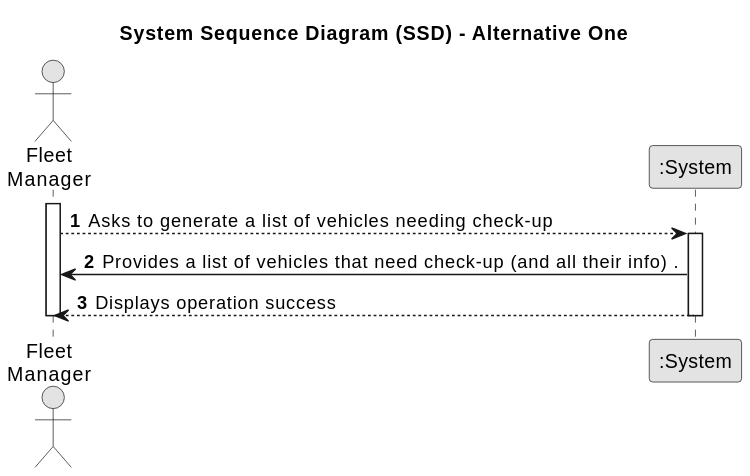
This is docs/sprintB/us011/01.requirements-engineering/svg/us011-system-sequence-diagram-alternative-one-System_Sequence_Diagram__SSD____Alternative_One.svg from SAEmanuel/Green_Spaces_Management_ISEP, a PlantUML export, as it was before one commit. Its diagram source:
```plantuml
@startuml
skinparam monochrome true
skinparam packageStyle rectangle
skinparam shadowing false

title System Sequence Diagram (SSD) - Alternative One

autonumber

actor "Fleet\nManager" as FM
participant ":System" as System


        activate FM

        FM --> System: Asks to generate a list of vehicles needing check-up
        activate System

        System -> FM : Provides a list of vehicles that need check-up (and all their info) .

        System --> FM : Displays operation success
        deactivate System
        deactivate FM
@enduml
```
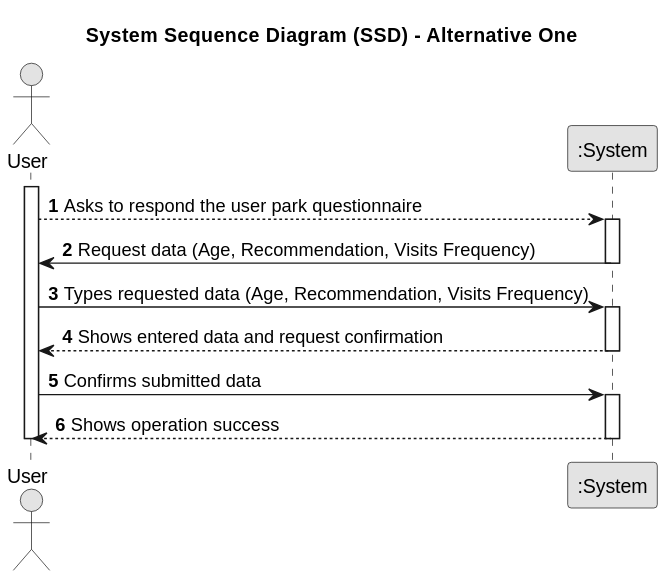
Later version of the same file.

Change to the diagram source:
```diff
@@ -7,18 +7,27 @@
 
 autonumber
 
-actor "Fleet\nManager" as FM
+actor "User" as User
 participant ":System" as System
 
+        activate User
 
-        activate FM
-
-        FM --> System: Asks to generate a list of vehicles needing check-up
+        User --> System: Asks to respond the user park questionnaire
         activate System
 
-        System -> FM : Provides a list of vehicles that need check-up (and all their info) .
+        System -> User : Request data (Age, Recommendation, Visits Frequency)
+        deactivate System
+        User -> System : Types requested data (Age, Recommendation, Visits Frequency)
 
-        System --> FM : Displays operation success
+        activate System
+
+        System --> User : Shows entered data and request confirmation
         deactivate System
-        deactivate FM
+
+        User -> System : Confirms submitted data
+        activate System
+
+        System --> User : Shows operation success
+        deactivate System
+        deactivate User
 @enduml
```
